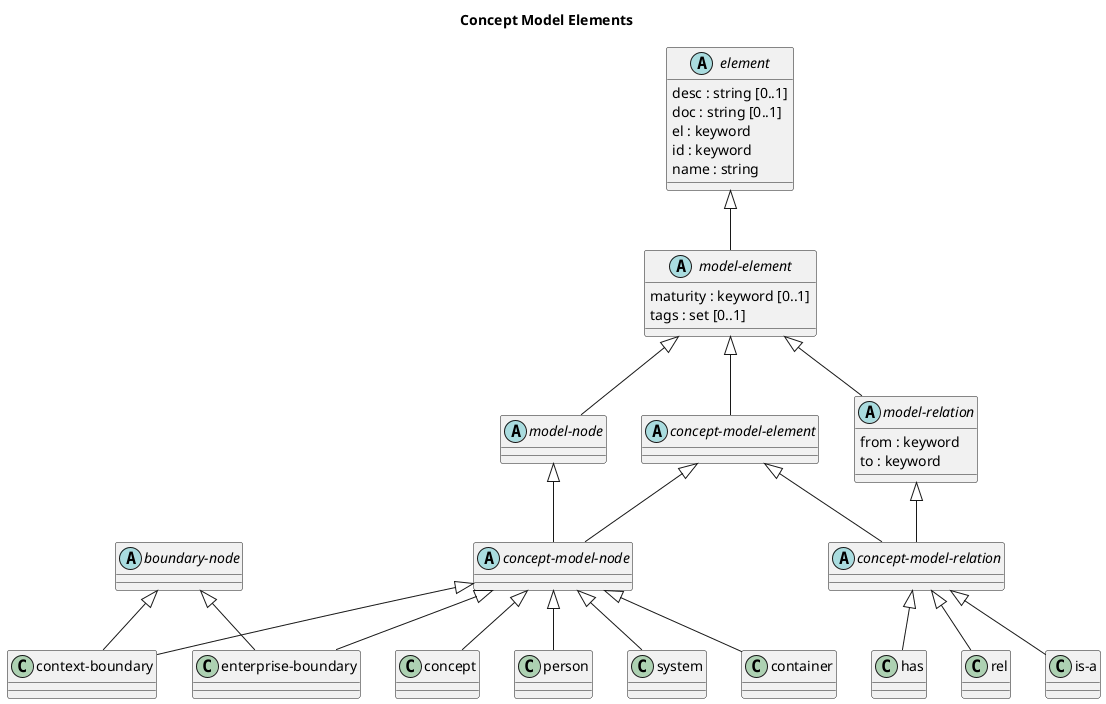
soulspace-org/overarch keeps this PlantUML diagram as docs/overarch/data-model/concept-model-elements.png. Above is the earlier version.
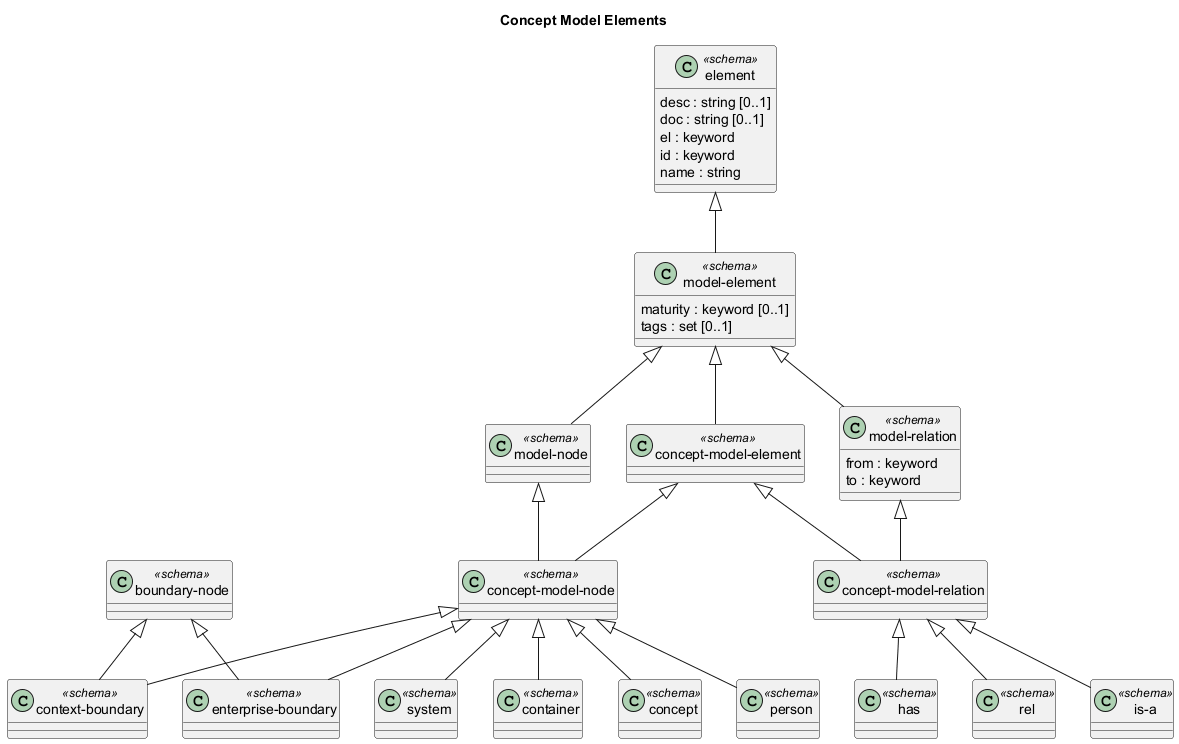
The same diagram one commit later.

The edit, as a diff of the source:
```diff
@@ -7,35 +7,35 @@
 
 title Concept Model Elements
 
-class "enterprise-boundary" as overarch_dataModel_enterpriseBoundary {}
-abstract class "concept-model-element" as overarch_dataModel_conceptModelElement {}
-abstract class "model-element" as overarch_dataModel_modelElement {
+class "enterprise-boundary" as overarch_dataModel_enterpriseBoundary <<schema>> {}
+class "container" as overarch_dataModel_container <<schema>> {}
+class "model-element" as overarch_dataModel_modelElement <<schema>> {
   maturity : keyword [0..1]
   tags : set [0..1]
 }
-class "person" as overarch_dataModel_person {}
-class "system" as overarch_dataModel_system {}
-class "container" as overarch_dataModel_container {}
-class "context-boundary" as overarch_dataModel_contextBoundary {}
-class "concept" as overarch_dataModel_concept {}
-class "has" as overarch_dataModel_has {}
-abstract class "concept-model-node" as overarch_dataModel_conceptModelNode {}
-abstract class "model-node" as overarch_dataModel_modelNode {}
-abstract class "model-relation" as overarch_dataModel_modelRelation {
-  from : keyword
-  to : keyword
-}
-class "rel" as overarch_dataModel_rel {}
-abstract class "boundary-node" as overarch_dataModel_boundaryNode {}
-abstract class "concept-model-relation" as overarch_dataModel_conceptModelRelation {}
-abstract class "element" as overarch_dataModel_element {
+class "context-boundary" as overarch_dataModel_contextBoundary <<schema>> {}
+class "concept-model-node" as overarch_dataModel_conceptModelNode <<schema>> {}
+class "has" as overarch_dataModel_has <<schema>> {}
+class "concept-model-element" as overarch_dataModel_conceptModelElement <<schema>> {}
+class "rel" as overarch_dataModel_rel <<schema>> {}
+class "is-a" as overarch_dataModel_isA <<schema>> {}
+class "concept" as overarch_dataModel_concept <<schema>> {}
+class "boundary-node" as overarch_dataModel_boundaryNode <<schema>> {}
+class "person" as overarch_dataModel_person <<schema>> {}
+class "model-node" as overarch_dataModel_modelNode <<schema>> {}
+class "element" as overarch_dataModel_element <<schema>> {
   desc : string [0..1]
   doc : string [0..1]
   el : keyword
   id : keyword
   name : string
 }
-class "is-a" as overarch_dataModel_isA {}
+class "model-relation" as overarch_dataModel_modelRelation <<schema>> {
+  from : keyword
+  to : keyword
+}
+class "system" as overarch_dataModel_system <<schema>> {}
+class "concept-model-relation" as overarch_dataModel_conceptModelRelation <<schema>> {}
 overarch_dataModel_element <|-- overarch_dataModel_modelElement
 overarch_dataModel_boundaryNode <|-- overarch_dataModel_contextBoundary
 overarch_dataModel_modelElement <|-- overarch_dataModel_modelNode
```
